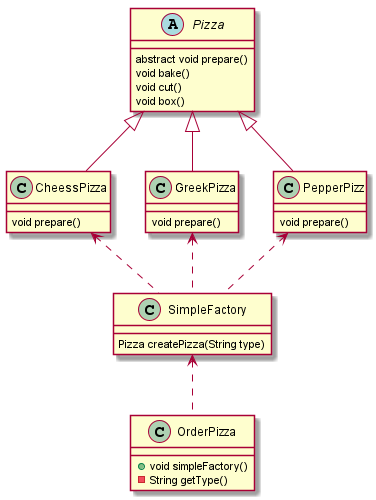
This is docs/设计模式/工厂模式/img/简单工厂模式.png from en-hui/en-hui, a PlantUML export, as it was before one commit.
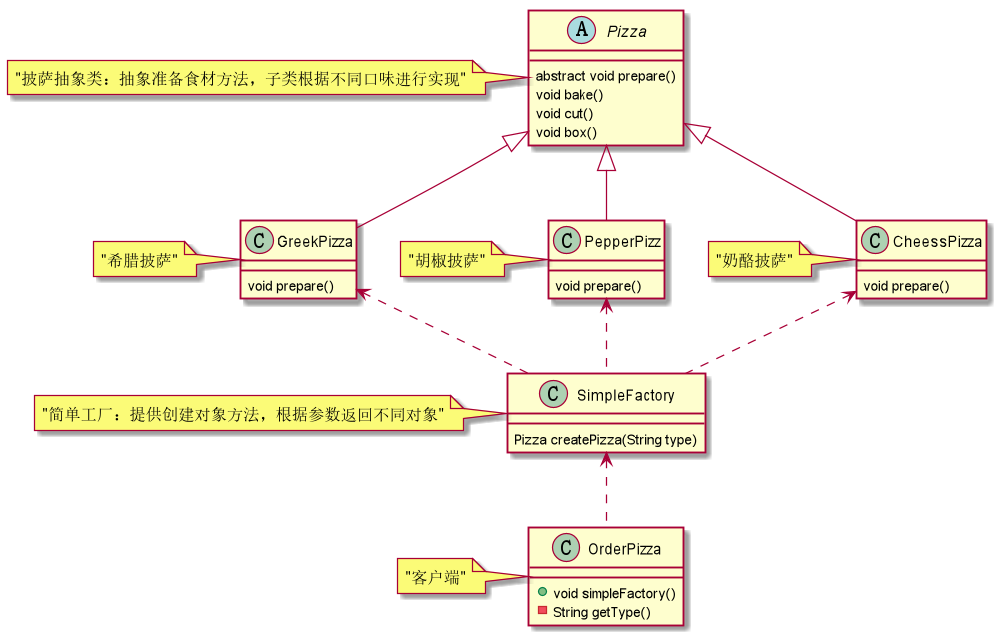
Later version of the same file.

Change to the diagram source:
```diff
@@ -31,5 +31,10 @@
 PepperPizz <.. SimpleFactory
 
 SimpleFactory <.. OrderPizza
-
+note left of Pizza : "披萨抽象类：抽象准备食材方法，子类根据不同口味进行实现"
+note left of CheessPizza : "奶酪披萨"
+note left of GreekPizza : "希腊披萨"
+note left of PepperPizz : "胡椒披萨"
+note left of SimpleFactory : "简单工厂：提供创建对象方法，根据参数返回不同对象"
+note left of OrderPizza : "客户端"
 @enduml
```
